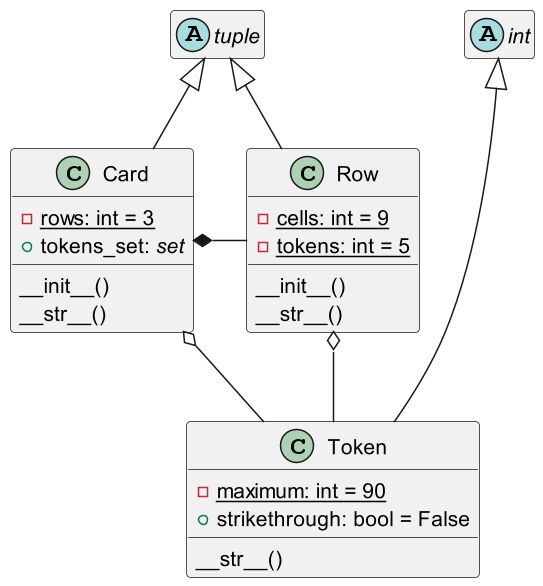
Above: docs/model.png in learning-AIU/python-developer-9 (PlantUML), before the change.
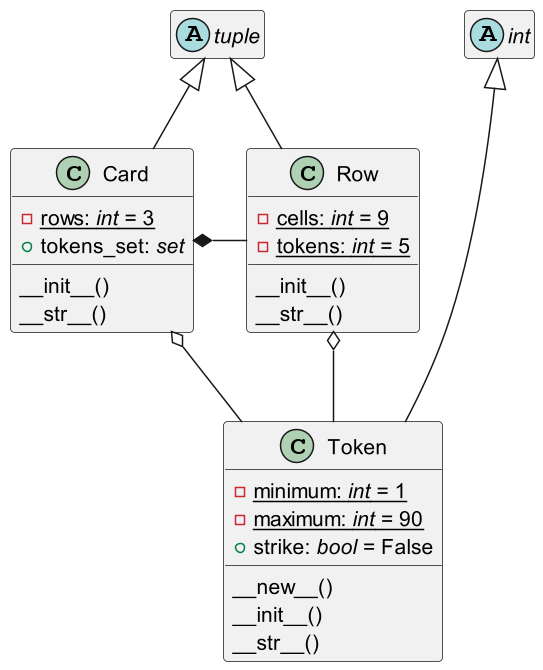
Later version of the same file.

Commit message:
модель игровых элементов: добавление и переименование атрибутов

version 0.91
>class Card

Diff of the diagram source:
```diff
@@ -8,22 +8,25 @@
 
 
 class Token {
-    -{static}maximum: int = 90
-    +strikethrough: bool = False
+    -{static}minimum: <i>int</i> = 1
+    -{static}maximum: <i>int</i> = 90
+    +strike: <i>bool</i> = False
+    __new__()
+    __init__()
     __str__()
 }
 
 
 class Row {
-    -{static}cells: int = 9
-    -{static}tokens: int = 5
+    -{static}cells: <i>int</i> = 9
+    -{static}tokens: <i>int</i> = 5
     __init__()
     __str__()
 }
 
 
 class Card {
-    -{static}rows: int = 3
+    -{static}rows: <i>int</i> = 3
     +tokens_set: <i>set</i>
     __init__()
     __str__()
@@ -39,5 +42,4 @@
 Card o-- Token
 
 
-
 @enduml
```
